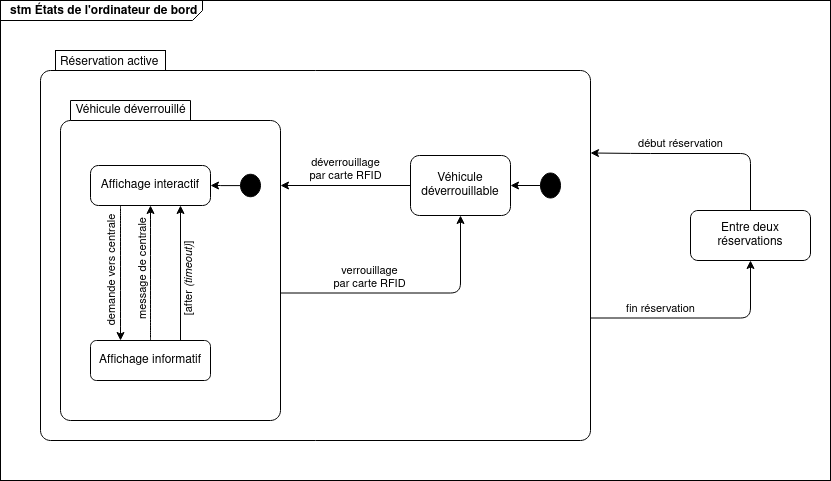
Dalker/ISI-mobility keeps this draw.io diagram as diagrammes/stm_etats_odb.png. Above is the earlier version. Source tidied: cells renumbered, new cells last; positions are measured from the earlier drawing's top-left corner, leaving out a move shared by most shapes.
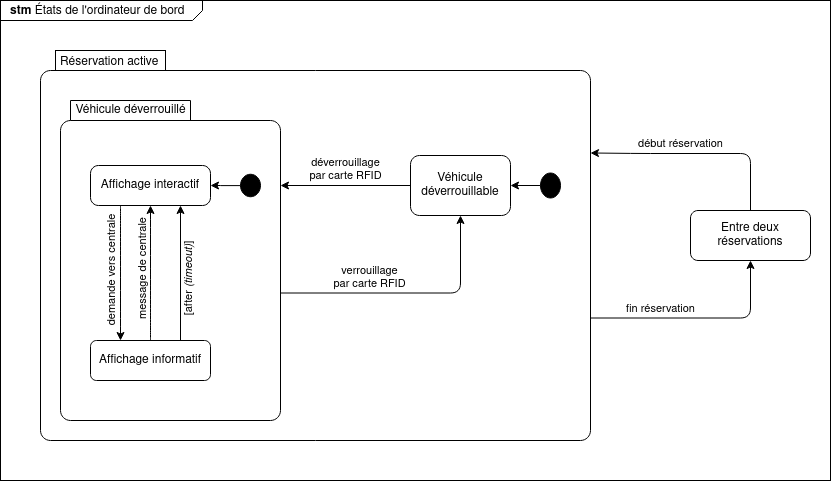
The same diagram one commit later.

The edit, as a diff of the source:
```diff
@@ -2,7 +2,7 @@
   <root>
     <mxCell id="0" />
     <mxCell id="1" parent="0" />
-    <mxCell id="2" value="&lt;p style=&quot;margin: 0px ; margin-top: 4px ; margin-left: 10px ; text-align: left&quot;&gt;&lt;b&gt;stm États de l'ordinateur de bord&lt;br&gt;&lt;/b&gt;&lt;/p&gt;" style="html=1;shape=mxgraph.sysml.package;xSize=90;align=left;spacingLeft=10;overflow=fill;strokeWidth=1;labelX=202;" parent="1" vertex="1">
+    <mxCell id="2" value="&lt;p style=&quot;margin: 0px ; margin-top: 4px ; margin-left: 10px ; text-align: left&quot;&gt;&lt;b&gt;stm &lt;/b&gt;États de l'ordinateur de bord&lt;b&gt;&lt;br&gt;&lt;/b&gt;&lt;/p&gt;" style="html=1;shape=mxgraph.sysml.package;xSize=90;align=left;spacingLeft=10;overflow=fill;strokeWidth=1;labelX=202;" parent="1" vertex="1">
       <mxGeometry width="830" height="480" as="geometry" />
     </mxCell>
     <mxCell id="3" value="fin réservation" style="edgeStyle=orthogonalEdgeStyle;jumpSize=6;jettySize=auto;html=1;exitX=1;exitY=0;exitDx=0;exitDy=267.5;exitPerimeter=0;entryX=0.5;entryY=1;entryDx=0;entryDy=0;endSize=6;verticalAlign=bottom;spacingLeft=-12;" parent="1" edge="1" source="4" target="21">
```
